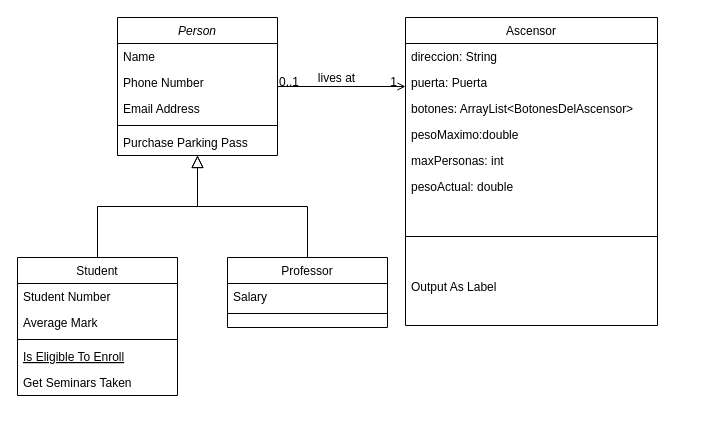
This is Diagrama sin título.drawio from DavidOD17/3-Momento, a draw.io file, before an edit. Source tidied: cells renumbered, new cells numbered last; positions are measured from the earlier drawing's top-left corner, leaving out a move shared by most shapes. Both pictures are drawn from the tidied source at 100%, with x=0, y=0 at pixel (17, 17).
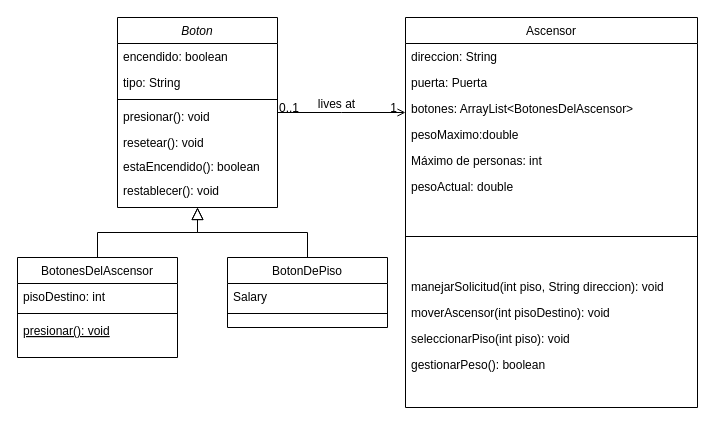
After the change.

What changed in the source:
```diff
@@
-    <mxCell id="2" value="Person" style="swimlane;fontStyle=2;align=center;verticalAlign=top;horizontal=1;startSize=26;rounded=0;shadow=0;strokeWidth=1;" parent="1" vertex="1">
-      <mxGeometry x="100" width="160" height="138" as="geometry" />
+    <mxCell id="2" value="Boton" style="swimlane;fontStyle=2;align=center;verticalAlign=top;horizontal=1;startSize=26;rounded=0;shadow=0;strokeWidth=1;" parent="1" vertex="1">
+      <mxGeometry x="100" width="160" height="190" as="geometry" />
     </mxCell>
-    <mxCell id="3" value="Name" style="text;align=left;verticalAlign=top;spacingLeft=4;spacingRight=4;overflow=hidden;" parent="2" vertex="1">
+    <mxCell id="3" value="encendido: boolean" style="text;align=left;verticalAlign=top;spacingLeft=4;spacingRight=4;overflow=hidden;" parent="2" vertex="1">
       <mxGeometry y="26" width="160" height="26" as="geometry" />
     </mxCell>
-    <mxCell id="4" value="Phone Number" style="text;align=left;verticalAlign=top;spacingLeft=4;spacingRight=4;overflow=hidden;rounded=0;shadow=0;html=0;" parent="2" vertex="1">
+    <mxCell id="4" value="tipo: String" style="text;align=left;verticalAlign=top;spacingLeft=4;spacingRight=4;overflow=hidden;rounded=0;shadow=0;html=0;" parent="2" vertex="1">
       <mxGeometry y="52" width="160" height="26" as="geometry" />
     </mxCell>
-    <mxCell id="5" value="Email Address" style="text;align=left;verticalAlign=top;spacingLeft=4;spacingRight=4;overflow=hidden;rounded=0;shadow=0;html=0;" parent="2" vertex="1">
-      <mxGeometry y="78" width="160" height="26" as="geometry" />
-    </mxCell>
     <mxCell id="6" style="line;html=1;strokeWidth=1;align=left;verticalAlign=middle;spacingTop=-1;spacingLeft=3;spacingRight=3;labelPosition=right;" parent="2" vertex="1">
-      <mxGeometry y="104" width="160" height="8" as="geometry" />
+      <mxGeometry y="78" width="160" height="8" as="geometry" />
     </mxCell>
-    <mxCell id="7" value="Purchase Parking Pass" style="text;align=left;verticalAlign=top;spacingLeft=4;spacingRight=4;overflow=hidden;" parent="2" vertex="1">
-      <mxGeometry y="112" width="160" height="26" as="geometry" />
+    <mxCell id="7" value="presionar(): void" style="text;align=left;verticalAlign=top;spacingLeft=4;spacingRight=4;overflow=hidden;" parent="2" vertex="1">
+      <mxGeometry y="86" width="160" height="26" as="geometry" />
     </mxCell>
+    <mxCell id="32" value="resetear(): void" style="text;align=left;verticalAlign=top;spacingLeft=4;spacingRight=4;overflow=hidden;" parent="2" vertex="1">
+      <mxGeometry y="112" width="160" height="24" as="geometry" />
+    </mxCell>
+    <mxCell id="33" value="estaEncendido(): boolean" style="text;align=left;verticalAlign=top;spacingLeft=4;spacingRight=4;overflow=hidden;" parent="2" vertex="1">
+      <mxGeometry y="136" width="160" height="24" as="geometry" />
+    </mxCell>
+    <mxCell id="34" value="restablecer(): void" style="text;align=left;verticalAlign=top;spacingLeft=4;spacingRight=4;overflow=hidden;" parent="2" vertex="1">
+      <mxGeometry y="160" width="160" height="24" as="geometry" />
+    </mxCell>
-    <mxCell id="8" value="Student" style="swimlane;fontStyle=0;align=center;verticalAlign=top;horizontal=1;startSize=26;rounded=0;shadow=0;strokeWidth=1;" parent="1" vertex="1">
-      <mxGeometry y="240" width="160" height="138" as="geometry" />
+    <mxCell id="8" value="BotonesDelAscensor" style="swimlane;fontStyle=0;align=center;verticalAlign=top;horizontal=1;startSize=26;rounded=0;shadow=0;strokeWidth=1;" parent="1" vertex="1">
+      <mxGeometry y="240" width="160" height="100" as="geometry" />
     </mxCell>
-    <mxCell id="9" value="Student Number" style="text;align=left;verticalAlign=top;spacingLeft=4;spacingRight=4;overflow=hidden;" parent="8" vertex="1">
+    <mxCell id="9" value="pisoDestino: int" style="text;align=left;verticalAlign=top;spacingLeft=4;spacingRight=4;overflow=hidden;" parent="8" vertex="1">
       <mxGeometry y="26" width="160" height="26" as="geometry" />
     </mxCell>
-    <mxCell id="10" value="Average Mark" style="text;align=left;verticalAlign=top;spacingLeft=4;spacingRight=4;overflow=hidden;rounded=0;shadow=0;html=0;" parent="8" vertex="1">
-      <mxGeometry y="52" width="160" height="26" as="geometry" />
-    </mxCell>
     <mxCell id="11" style="line;html=1;strokeWidth=1;align=left;verticalAlign=middle;spacingTop=-1;spacingLeft=3;spacingRight=3;labelPosition=right;" parent="8" vertex="1">
-      <mxGeometry y="78" width="160" height="8" as="geometry" />
+      <mxGeometry y="52" width="160" height="8" as="geometry" />
     </mxCell>
-    <mxCell id="12" value="Is Eligible To Enroll" style="text;align=left;verticalAlign=top;spacingLeft=4;spacingRight=4;overflow=hidden;fontStyle=4;" parent="8" vertex="1">
-      <mxGeometry y="86" width="160" height="26" as="geometry" />
+    <mxCell id="12" value="presionar(): void" style="text;align=left;verticalAlign=top;spacingLeft=4;spacingRight=4;overflow=hidden;fontStyle=4;" parent="8" vertex="1">
+      <mxGeometry y="60" width="160" height="26" as="geometry" />
     </mxCell>
-    <mxCell id="13" value="Get Seminars Taken" style="text;align=left;verticalAlign=top;spacingLeft=4;spacingRight=4;overflow=hidden;" parent="8" vertex="1">
-      <mxGeometry y="112" width="160" height="26" as="geometry" />
-    </mxCell>
@@
-    <mxCell id="15" value="Professor" style="swimlane;fontStyle=0;align=center;verticalAlign=top;horizontal=1;startSize=26;rounded=0;shadow=0;strokeWidth=1;" parent="1" vertex="1">
+    <mxCell id="15" value="BotonDePiso" style="swimlane;fontStyle=0;align=center;verticalAlign=top;horizontal=1;startSize=26;rounded=0;shadow=0;strokeWidth=1;" parent="1" vertex="1">
       <mxGeometry x="210" y="240" width="160" height="70" as="geometry" />
     </mxCell>
@@
     <mxCell id="19" value="Ascensor" style="swimlane;fontStyle=0;align=center;verticalAlign=top;horizontal=1;startSize=26;rounded=0;shadow=0;strokeWidth=1;" parent="1" vertex="1">
-      <mxGeometry x="388" width="252" height="308" as="geometry" />
+      <mxGeometry x="388" width="292" height="390" as="geometry" />
     </mxCell>
     <mxCell id="20" value="direccion: String" style="text;align=left;verticalAlign=top;spacingLeft=4;spacingRight=4;overflow=hidden;" parent="19" vertex="1">
-      <mxGeometry y="26" width="252" height="26" as="geometry" />
+      <mxGeometry y="26" width="292" height="26" as="geometry" />
     </mxCell>
     <mxCell id="21" value="puerta: Puerta" style="text;align=left;verticalAlign=top;spacingLeft=4;spacingRight=4;overflow=hidden;rounded=0;shadow=0;html=0;" parent="19" vertex="1">
-      <mxGeometry y="52" width="252" height="26" as="geometry" />
+      <mxGeometry y="52" width="292" height="26" as="geometry" />
     </mxCell>
     <mxCell id="22" value="botones: ArrayList&lt;BotonesDelAscensor&gt;" style="text;align=left;verticalAlign=top;spacingLeft=4;spacingRight=4;overflow=hidden;rounded=0;shadow=0;html=0;" parent="19" vertex="1">
-      <mxGeometry y="78" width="252" height="26" as="geometry" />
+      <mxGeometry y="78" width="292" height="26" as="geometry" />
     </mxCell>
     <mxCell id="23" value="pesoMaximo:double" style="text;align=left;verticalAlign=top;spacingLeft=4;spacingRight=4;overflow=hidden;rounded=0;shadow=0;html=0;" parent="19" vertex="1">
-      <mxGeometry y="104" width="252" height="26" as="geometry" />
+      <mxGeometry y="104" width="292" height="26" as="geometry" />
     </mxCell>
-    <mxCell id="24" value="maxPersonas: int&#10;" style="text;align=left;verticalAlign=top;spacingLeft=4;spacingRight=4;overflow=hidden;rounded=0;shadow=0;html=0;" parent="19" vertex="1">
-      <mxGeometry y="130" width="252" height="26" as="geometry" />
+    <mxCell id="24" value="Máximo de personas: int&#10;" style="text;align=left;verticalAlign=top;spacingLeft=4;spacingRight=4;overflow=hidden;rounded=0;shadow=0;html=0;" parent="19" vertex="1">
+      <mxGeometry y="130" width="292" height="26" as="geometry" />
     </mxCell>
     <mxCell id="25" value="pesoActual: double" style="text;align=left;verticalAlign=top;spacingLeft=4;spacingRight=4;overflow=hidden;rounded=0;shadow=0;html=0;" parent="19" vertex="1">
-      <mxGeometry y="156" width="252" height="26" as="geometry" />
+      <mxGeometry y="156" width="292" height="26" as="geometry" />
     </mxCell>
     <mxCell id="26" style="line;html=1;strokeWidth=1;align=left;verticalAlign=middle;spacingTop=-1;spacingLeft=3;spacingRight=3;labelPosition=right;" parent="19" vertex="1">
-      <mxGeometry y="182" width="252" height="74" as="geometry" />
+      <mxGeometry y="182" width="292" height="74" as="geometry" />
     </mxCell>
-    <mxCell id="27" value="Output As Label" style="text;align=left;verticalAlign=top;spacingLeft=4;spacingRight=4;overflow=hidden;" parent="19" vertex="1">
-      <mxGeometry y="256" width="252" height="26" as="geometry" />
+    <mxCell id="27" value="manejarSolicitud(int piso, String direccion): void" style="text;align=left;verticalAlign=top;spacingLeft=4;spacingRight=4;overflow=hidden;" parent="19" vertex="1">
+      <mxGeometry y="256" width="292" height="26" as="geometry" />
     </mxCell>
+    <mxCell id="35" value="moverAscensor(int pisoDestino): void" style="text;align=left;verticalAlign=top;spacingLeft=4;spacingRight=4;overflow=hidden;" parent="19" vertex="1">
+      <mxGeometry y="282" width="292" height="26" as="geometry" />
+    </mxCell>
+    <mxCell id="36" value="seleccionarPiso(int piso): void" style="text;align=left;verticalAlign=top;spacingLeft=4;spacingRight=4;overflow=hidden;" parent="19" vertex="1">
+      <mxGeometry y="308" width="292" height="26" as="geometry" />
+    </mxCell>
+    <mxCell id="37" value="gestionarPeso(): boolean" style="text;align=left;verticalAlign=top;spacingLeft=4;spacingRight=4;overflow=hidden;" parent="19" vertex="1">
+      <mxGeometry y="334" width="292" height="26" as="geometry" />
+    </mxCell>
```
